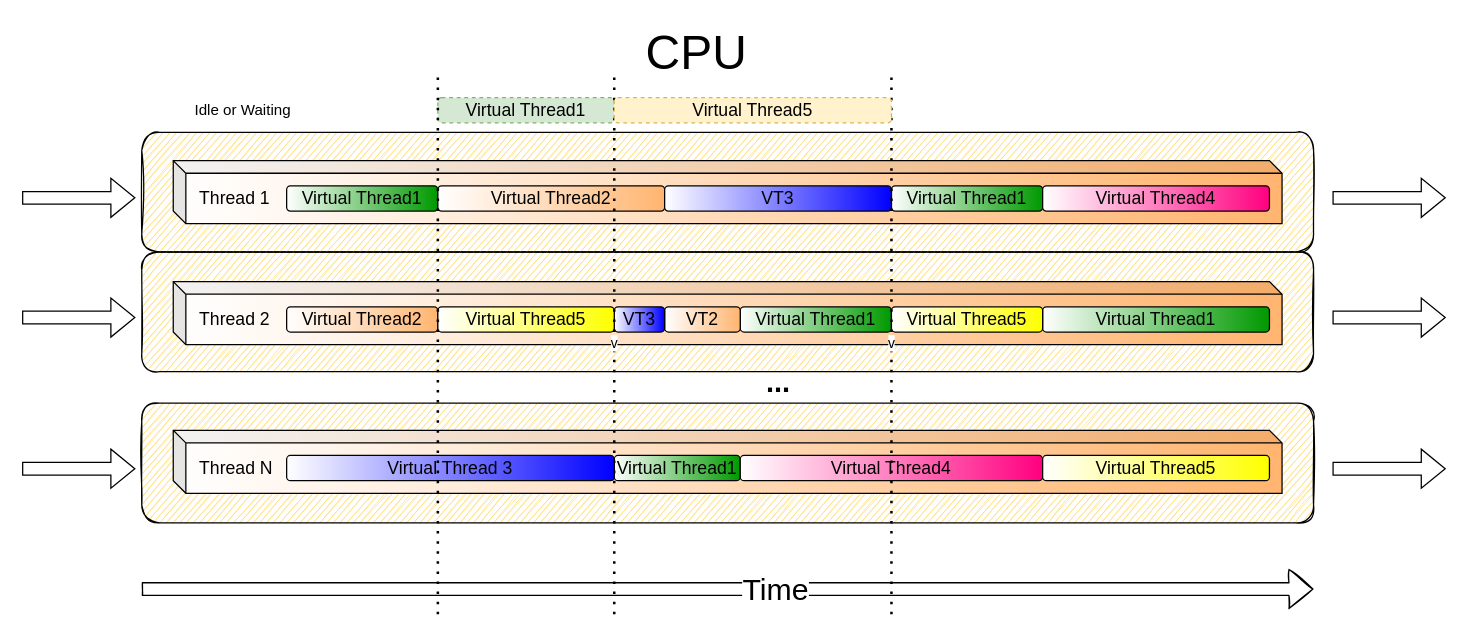
jesperancinha/good-story keeps this draw.io diagram as docs/vtandcoroutines.drawio. Above is the earlier version. Source tidied: cells renumbered, new cells numbered last; positions are measured from the earlier drawing's top-left corner, leaving out a move shared by most shapes. Both pictures are drawn from the tidied source at 126%, with x=0, y=0 at pixel (21, 21).
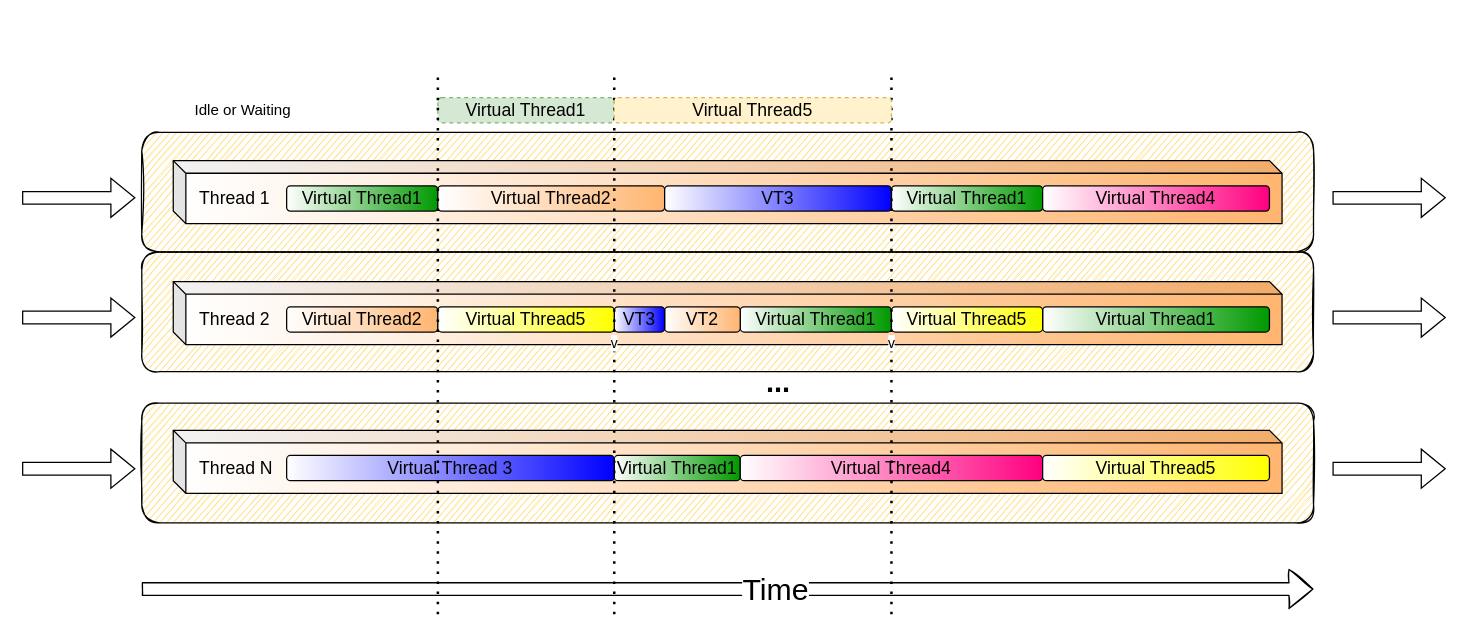
The same diagram, later.

The edit, as a diff of the source:
```diff
@@
-    <mxCell id="26" value="CPU" style="text;html=1;align=center;verticalAlign=middle;strokeColor=none;fillColor=none;fontSize=38;" parent="1" vertex="1">
-      <mxGeometry x="485" width="100" height="50" as="geometry" />
-    </mxCell>
```
